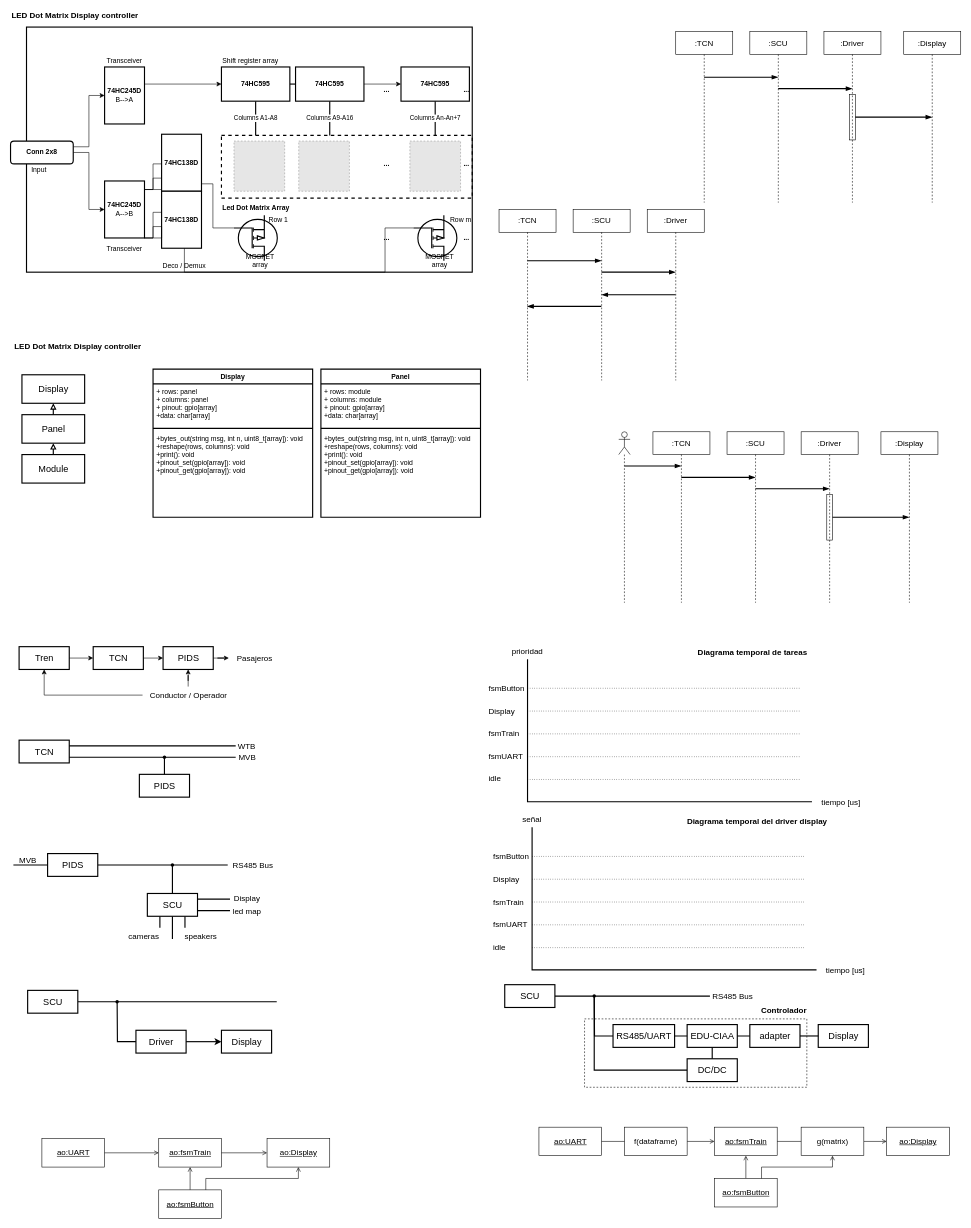
charlieromano/PIDS keeps this draw.io diagram as Pics/Diagrams/blockDiagram.drawio. Above is the earlier version. Source tidied: cells renumbered, new cells numbered last; positions are measured from the earlier drawing's top-left corner, leaving out a move shared by most shapes. Both pictures are drawn from the tidied source at 57%, with x=0, y=0 at pixel (10, 10). Pictures stored in the file or linked from it are replaced by grey dashed boxes.
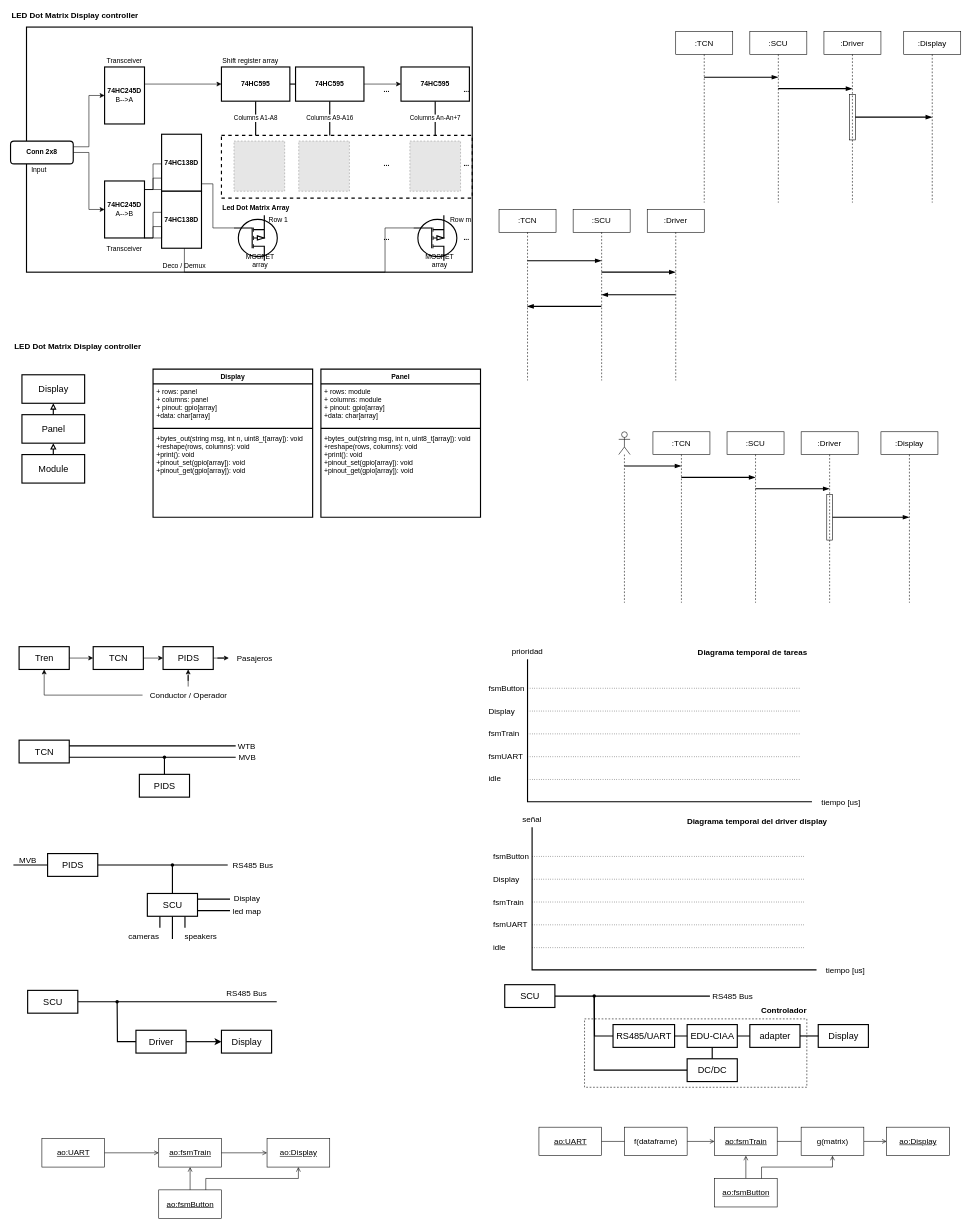
The same page after the edit.

The edit, as a diff of the source:
```diff
@@
+    <mxCell id="207" value="RS485 Bus" style="text;html=1;strokeColor=none;fillColor=none;align=center;verticalAlign=middle;whiteSpace=wrap;rounded=0;fontSize=14;" parent="1" vertex="1">
+      <mxGeometry x="361" y="1710" width="107" height="30" as="geometry" />
+    </mxCell>
```
